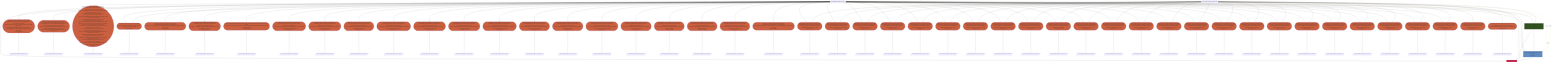
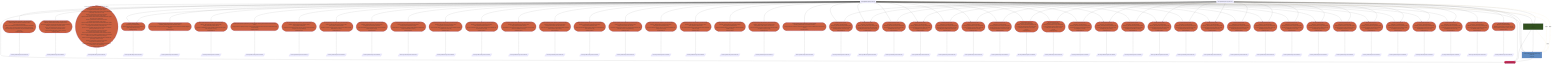
graph TD
  KaScriptModule_97{{"KaScriptModule(build.gradle.kts)"}}
  KaSourceModule_99["KaSourceModule(GradleKotlinFixture)<br />production<br />JVM (1.8)"]
  KaLibraryModule_96(["KaLibraryModule(SDK)"])
  KaSourceModule_100["KaSourceModule(GradleKotlinFixture)<br />test<br />JVM (1.8)"]
-   KaLibraryModule_65(["KaLibraryModule(KotlinScriptLibraryEntityId(classes=[jar://GRADLE_REPOSITORY/caches/modules-2/files-2.1/org.jetbrains.kotlin/kotlin-stdlib/2.0.20/7388d355f7cceb002cd387ccb7ab3850e4e0a07f/kotlin-stdlib-2.0.20.jar!/, jar://GRADLE_REPOSITORY/wrapper/dists/gradle-8.11-bin/c4te04g51qsyw1bxcb929u7br/gradle-8.11/lib/kotlin-stdlib-2.0.20.jar!/]))<br />scriptDependency"])
+   KaLibraryModule_65(["KaLibraryModule(Gradle (PROJECT_PLACEHOLDER): GRADLE_REPOSITORY/caches/modules-2/files-2.1/org.jetbrains.kotlin/kotlin-stdlib/2.0.20/7388d355f7cceb002cd387ccb7ab3850e4e0a07f/kotlin-stdlib-2.0.20.jar, GRADLE_REPOSITORY/wrapper/dists/gradle-8.11-bin/c4te04g51qsyw1bxcb929u7br/gradle-8.11/lib/kotlin-stdlib-2.0.20.jar)<br />scriptDependency"])
  KaLibraryFallbackDependenciesModule_65[/"KaLibraryFallbackDependenciesModule"/]
-   KaLibraryModule_48(["KaLibraryModule(KotlinScriptLibraryEntityId(classes=[file://GRADLE_REPOSITORY/caches/8.11/dependencies-accessors/932b97c9e0ae61a950d0c442ab66fbe219f5f218/classes, file://GRADLE_REPOSITORY/caches/8.11/kotlin-dsl/accessors/052557a5633b3a9672d727e86d582b37-PS/classes, file://GRADLE_REPOSITORY/caches/8.11/kotlin-dsl/accessors/10df8f053fd4cd232d18c89c668baf4e/classes]))<br />scriptDependency"])
+   KaLibraryModule_48(["KaLibraryModule(Gradle (PROJECT_PLACEHOLDER): GRADLE_REPOSITORY/caches/8.11/dependencies-accessors/932b97c9e0ae61a950d0c442ab66fbe219f5f218/classes, GRADLE_REPOSITORY/caches/8.11/kotlin-dsl/accessors/ACCESSORS_HASH_1/classes, GRADLE_REPOSITORY/caches/8.11/kotlin-dsl/accessors/ACCESSORS_HASH_2/classes)<br />scriptDependency"])
  KaLibraryFallbackDependenciesModule_48[/"KaLibraryFallbackDependenciesModule"/]
-   KaLibraryModule_61(["KaLibraryModule(KotlinScriptLibraryEntityId(classes=[jar://GRADLE_REPOSITORY/caches/modules-2/files-2.1/org.jetbrains.kotlin/kotlin-gradle-plugin-annotations/2.0.20/a68df0dc58b9bf664e96de49d673f30f24148224/kotlin-gradle-plugin-annotations-2.0.20.jar!/, jar://GRADLE_REPOSITORY/caches/modules-2/files-2.1/org.jetbrains.kotlin/kotlin-gradle-plugin-api/2.0.20/d2bb3020f72504d0455fcb9cef3af4bdf6564de5/kotlin-gradle-plugin-api-2.0.20-gradle85.jar!/, jar://GRADLE_REPOSITORY/caches/modules-2/files-2.1/org.jetbrains.kotlin/kotlin-gradle-plugin-api/2.0.20/d2bb3020f72504d0455fcb9cef3af4bdf6564de5/kotlin-gradle-plugin-api-2.0.20.jar!/, jar://GRADLE_REPOSITORY/caches/modules-2/files-2.1/org.jetbrains.kotlin/kotlin-gradle-plugin-idea-proto/2.0.20/71e7e908bab748c5b035e551c8efd19a5215c0ca/kotlin-gradle-plugin-idea-proto-2.0.20.jar!/, jar://GRADLE_REPOSITORY/caches/modules-2/files-2.1/org.jetbrains.kotlin/kotlin-gradle-plugin-idea/2.0.20/dc54973fe68b0bb9b816bd04ef39648ca29526a6/kotlin-gradle-plugin-idea-2.0.20.jar!/, jar://GRADLE_REPOSITORY/caches/modules-2/files-2.1/org.jetbrains.kotlin/kotlin-gradle-plugin-model/2.0.20/a23be6a5119ded89279f2bf9a095cddec6145614/kotlin-gradle-plugin-model-2.0.20.jar!/, jar://GRADLE_REPOSITORY/caches/modules-2/files-2.1/org.jetbrains.kotlin/kotlin-gradle-plugin/2.0.20/5ca90c0173fffe0f4e9b73aca425fd99213cc43a/kotlin-gradle-plugin-2.0.20-gradle85.jar!/]))<br />scriptDependency"])
+   KaLibraryModule_61(["KaLibraryModule(Gradle (PROJECT_PLACEHOLDER): GRADLE_REPOSITORY/caches/modules-2/files-2.1/org.jetbrains.kotlin/kotlin-gradle-plugin-annotations/2.0.20/a68df0dc58b9bf664e96de49d673f30f24148224/kotlin-gradle-plugin-annotations-2.0.20.jar, GRADLE_REPOSITORY/caches/modules-2/files-2.1/org.jetbrains.kotlin/kotlin-gradle-plugin-api/2.0.20/d2bb3020f72504d0455fcb9cef3af4bdf6564de5/kotlin-gradle-plugin-api-2.0.20-gradle85.jar, GRADLE_REPOSITORY/caches/modules-2/files-2.1/org.jetbrains.kotlin/kotlin-gradle-plugin-api/2.0.20/d2bb3020f72504d0455fcb9cef3af4bdf6564de5/kotlin-gradle-plugin-api-2.0.20.jar, GRADLE_REPOSITORY/caches/modules-2/files-2.1/org.jetbrains.kotlin/kotlin-gradle-plugin-idea-proto/2.0.20/71e7e908bab748c5b035e551c8efd19a5215c0ca/kotlin-gradle-plugin-idea-proto-2.0.20.jar, GRADLE_REPOSITORY/caches/modules-2/files-2.1/org.jetbrains.kotlin/kotlin-gradle-plugin-idea/2.0.20/dc54973fe68b0bb9b816bd04ef39648ca29526a6/kotlin-gradle-plugin-idea-2.0.20.jar, GRADLE_REPOSITORY/caches/modules-2/files-2.1/org.jetbrains.kotlin/kotlin-gradle-plugin-model/2.0.20/a23be6a5119ded89279f2bf9a095cddec6145614/kotlin-gradle-plugin-model-2.0.20.jar, GRADLE_REPOSITORY/caches/modules-2/files-2.1/org.jetbrains.kotlin/kotlin-gradle-plugin/2.0.20/5ca90c0173fffe0f4e9b73aca425fd99213cc43a/kotlin-gradle-plugin-2.0.20-gradle85.jar)<br />scriptDependency"])
  KaLibraryFallbackDependenciesModule_61[/"KaLibraryFallbackDependenciesModule"/]
-   KaLibraryModule_50(["KaLibraryModule(KotlinScriptLibraryEntityId(classes=[jar://GRADLE_REPOSITORY/caches/8.11/generated-gradle-jars/gradle-api-8.11.jar!/]))<br />scriptDependency"])
-   KaLibraryFallbackDependenciesModule_50[/"KaLibraryFallbackDependenciesModule"/]
-   KaLibraryModule_51(["KaLibraryModule(KotlinScriptLibraryEntityId(classes=[jar://GRADLE_REPOSITORY/caches/modules-2/files-2.1/com.google.code.gson/gson/2.8.9/8a432c1d6825781e21a02db2e2c33c5fde2833b9/gson-2.8.9.jar!/]))<br />scriptDependency"])
+   KaLibraryModule_49(["KaLibraryModule(Gradle (PROJECT_PLACEHOLDER): GRADLE_REPOSITORY/caches/8.11/generated-gradle-jars/gradle-api-8.11.jar)<br />scriptDependency"])
+   KaLibraryFallbackDependenciesModule_49[/"KaLibraryFallbackDependenciesModule"/]
+   KaLibraryModule_51(["KaLibraryModule(Gradle (PROJECT_PLACEHOLDER): GRADLE_REPOSITORY/caches/modules-2/files-2.1/com.google.code.gson/gson/2.8.9/8a432c1d6825781e21a02db2e2c33c5fde2833b9/gson-2.8.9.jar)<br />scriptDependency"])
  KaLibraryFallbackDependenciesModule_51[/"KaLibraryFallbackDependenciesModule"/]
-   KaLibraryModule_52(["KaLibraryModule(KotlinScriptLibraryEntityId(classes=[jar://GRADLE_REPOSITORY/caches/modules-2/files-2.1/org.gradle.kotlin/gradle-kotlin-dsl-plugins/5.1.1/3df489c5ed7c79591eaef488ac4462a685a2c3de/gradle-kotlin-dsl-plugins-5.1.1.jar!/]))<br />scriptDependency"])
+   KaLibraryModule_52(["KaLibraryModule(Gradle (PROJECT_PLACEHOLDER): GRADLE_REPOSITORY/caches/modules-2/files-2.1/org.gradle.kotlin/gradle-kotlin-dsl-plugins/5.1.1/3df489c5ed7c79591eaef488ac4462a685a2c3de/gradle-kotlin-dsl-plugins-5.1.1.jar)<br />scriptDependency"])
  KaLibraryFallbackDependenciesModule_52[/"KaLibraryFallbackDependenciesModule"/]
-   KaLibraryModule_53(["KaLibraryModule(KotlinScriptLibraryEntityId(classes=[jar://GRADLE_REPOSITORY/caches/modules-2/files-2.1/org.jetbrains.intellij.deps/trove4j/1.0.20200330/3afb14d5f9ceb459d724e907a21145e8ff394f02/trove4j-1.0.20200330.jar!/]))<br />scriptDependency"])
+   KaLibraryModule_53(["KaLibraryModule(Gradle (PROJECT_PLACEHOLDER): GRADLE_REPOSITORY/caches/modules-2/files-2.1/org.jetbrains.intellij.deps/trove4j/1.0.20200330/3afb14d5f9ceb459d724e907a21145e8ff394f02/trove4j-1.0.20200330.jar)<br />scriptDependency"])
  KaLibraryFallbackDependenciesModule_53[/"KaLibraryFallbackDependenciesModule"/]
-   KaLibraryModule_54(["KaLibraryModule(KotlinScriptLibraryEntityId(classes=[jar://GRADLE_REPOSITORY/caches/modules-2/files-2.1/org.jetbrains.kotlin/kotlin-assignment/2.0.20/b4f2e732fe09103b173377194c41ef14ef698c5c/kotlin-assignment-2.0.20-gradle85.jar!/]))<br />scriptDependency"])
+   KaLibraryModule_54(["KaLibraryModule(Gradle (PROJECT_PLACEHOLDER): GRADLE_REPOSITORY/caches/modules-2/files-2.1/org.jetbrains.kotlin/kotlin-assignment/2.0.20/b4f2e732fe09103b173377194c41ef14ef698c5c/kotlin-assignment-2.0.20-gradle85.jar)<br />scriptDependency"])
  KaLibraryFallbackDependenciesModule_54[/"KaLibraryFallbackDependenciesModule"/]
-   KaLibraryModule_55(["KaLibraryModule(KotlinScriptLibraryEntityId(classes=[jar://GRADLE_REPOSITORY/caches/modules-2/files-2.1/org.jetbrains.kotlin/kotlin-build-statistics/2.0.20/fa1c73206997fe6ea912319041e105e6438accdf/kotlin-build-statistics-2.0.20.jar!/]))<br />scriptDependency"])
+   KaLibraryModule_55(["KaLibraryModule(Gradle (PROJECT_PLACEHOLDER): GRADLE_REPOSITORY/caches/modules-2/files-2.1/org.jetbrains.kotlin/kotlin-build-statistics/2.0.20/fa1c73206997fe6ea912319041e105e6438accdf/kotlin-build-statistics-2.0.20.jar)<br />scriptDependency"])
  KaLibraryFallbackDependenciesModule_55[/"KaLibraryFallbackDependenciesModule"/]
-   KaLibraryModule_56(["KaLibraryModule(KotlinScriptLibraryEntityId(classes=[jar://GRADLE_REPOSITORY/caches/modules-2/files-2.1/org.jetbrains.kotlin/kotlin-build-tools-api/2.0.20/7898f46131274ac85569ef30f965e3758e217551/kotlin-build-tools-api-2.0.20.jar!/]))<br />scriptDependency"])
+   KaLibraryModule_56(["KaLibraryModule(Gradle (PROJECT_PLACEHOLDER): GRADLE_REPOSITORY/caches/modules-2/files-2.1/org.jetbrains.kotlin/kotlin-build-tools-api/2.0.20/7898f46131274ac85569ef30f965e3758e217551/kotlin-build-tools-api-2.0.20.jar)<br />scriptDependency"])
  KaLibraryFallbackDependenciesModule_56[/"KaLibraryFallbackDependenciesModule"/]
-   KaLibraryModule_57(["KaLibraryModule(KotlinScriptLibraryEntityId(classes=[jar://GRADLE_REPOSITORY/caches/modules-2/files-2.1/org.jetbrains.kotlin/kotlin-compiler-embeddable/2.0.20/244b603e8c729f98baaf9088d90b5b9350c68af8/kotlin-compiler-embeddable-2.0.20.jar!/]))<br />scriptDependency"])
+   KaLibraryModule_57(["KaLibraryModule(Gradle (PROJECT_PLACEHOLDER): GRADLE_REPOSITORY/caches/modules-2/files-2.1/org.jetbrains.kotlin/kotlin-compiler-embeddable/2.0.20/244b603e8c729f98baaf9088d90b5b9350c68af8/kotlin-compiler-embeddable-2.0.20.jar)<br />scriptDependency"])
  KaLibraryFallbackDependenciesModule_57[/"KaLibraryFallbackDependenciesModule"/]
-   KaLibraryModule_58(["KaLibraryModule(KotlinScriptLibraryEntityId(classes=[jar://GRADLE_REPOSITORY/caches/modules-2/files-2.1/org.jetbrains.kotlin/kotlin-compiler-runner/2.0.20/b7298471a2af50b32b7c460775c23759edb5bb70/kotlin-compiler-runner-2.0.20.jar!/]))<br />scriptDependency"])
+   KaLibraryModule_58(["KaLibraryModule(Gradle (PROJECT_PLACEHOLDER): GRADLE_REPOSITORY/caches/modules-2/files-2.1/org.jetbrains.kotlin/kotlin-compiler-runner/2.0.20/b7298471a2af50b32b7c460775c23759edb5bb70/kotlin-compiler-runner-2.0.20.jar)<br />scriptDependency"])
  KaLibraryFallbackDependenciesModule_58[/"KaLibraryFallbackDependenciesModule"/]
-   KaLibraryModule_59(["KaLibraryModule(KotlinScriptLibraryEntityId(classes=[jar://GRADLE_REPOSITORY/caches/modules-2/files-2.1/org.jetbrains.kotlin/kotlin-daemon-client/2.0.20/910b2107f6a7cc02366687b6e835ae0beaadb59b/kotlin-daemon-client-2.0.20.jar!/]))<br />scriptDependency"])
+   KaLibraryModule_59(["KaLibraryModule(Gradle (PROJECT_PLACEHOLDER): GRADLE_REPOSITORY/caches/modules-2/files-2.1/org.jetbrains.kotlin/kotlin-daemon-client/2.0.20/910b2107f6a7cc02366687b6e835ae0beaadb59b/kotlin-daemon-client-2.0.20.jar)<br />scriptDependency"])
  KaLibraryFallbackDependenciesModule_59[/"KaLibraryFallbackDependenciesModule"/]
-   KaLibraryModule_60(["KaLibraryModule(KotlinScriptLibraryEntityId(classes=[jar://GRADLE_REPOSITORY/caches/modules-2/files-2.1/org.jetbrains.kotlin/kotlin-daemon-embeddable/2.0.20/9eb02dce62f058efe6a121cf00cf5da9779e2746/kotlin-daemon-embeddable-2.0.20.jar!/]))<br />scriptDependency"])
+   KaLibraryModule_60(["KaLibraryModule(Gradle (PROJECT_PLACEHOLDER): GRADLE_REPOSITORY/caches/modules-2/files-2.1/org.jetbrains.kotlin/kotlin-daemon-embeddable/2.0.20/9eb02dce62f058efe6a121cf00cf5da9779e2746/kotlin-daemon-embeddable-2.0.20.jar)<br />scriptDependency"])
  KaLibraryFallbackDependenciesModule_60[/"KaLibraryFallbackDependenciesModule"/]
-   KaLibraryModule_62(["KaLibraryModule(KotlinScriptLibraryEntityId(classes=[jar://GRADLE_REPOSITORY/caches/modules-2/files-2.1/org.jetbrains.kotlin/kotlin-klib-commonizer-api/2.0.20/c3f877ed653b2d5afc74e9ed8b44bee8856807b1/kotlin-klib-commonizer-api-2.0.20.jar!/]))<br />scriptDependency"])
+   KaLibraryModule_62(["KaLibraryModule(Gradle (PROJECT_PLACEHOLDER): GRADLE_REPOSITORY/caches/modules-2/files-2.1/org.jetbrains.kotlin/kotlin-klib-commonizer-api/2.0.20/c3f877ed653b2d5afc74e9ed8b44bee8856807b1/kotlin-klib-commonizer-api-2.0.20.jar)<br />scriptDependency"])
  KaLibraryFallbackDependenciesModule_62[/"KaLibraryFallbackDependenciesModule"/]
-   KaLibraryModule_63(["KaLibraryModule(KotlinScriptLibraryEntityId(classes=[jar://GRADLE_REPOSITORY/caches/modules-2/files-2.1/org.jetbrains.kotlin/kotlin-native-utils/2.0.20/9041e552da8fe20f7835123822f9ee273655e34b/kotlin-native-utils-2.0.20.jar!/]))<br />scriptDependency"])
+   KaLibraryModule_63(["KaLibraryModule(Gradle (PROJECT_PLACEHOLDER): GRADLE_REPOSITORY/caches/modules-2/files-2.1/org.jetbrains.kotlin/kotlin-native-utils/2.0.20/9041e552da8fe20f7835123822f9ee273655e34b/kotlin-native-utils-2.0.20.jar)<br />scriptDependency"])
  KaLibraryFallbackDependenciesModule_63[/"KaLibraryFallbackDependenciesModule"/]
-   KaLibraryModule_64(["KaLibraryModule(KotlinScriptLibraryEntityId(classes=[jar://GRADLE_REPOSITORY/caches/modules-2/files-2.1/org.jetbrains.kotlin/kotlin-sam-with-receiver/2.0.20/f53a1b6144691b0fc3c47032e8aa4695a5f59a01/kotlin-sam-with-receiver-2.0.20-gradle85.jar!/]))<br />scriptDependency"])
+   KaLibraryModule_64(["KaLibraryModule(Gradle (PROJECT_PLACEHOLDER): GRADLE_REPOSITORY/caches/modules-2/files-2.1/org.jetbrains.kotlin/kotlin-sam-with-receiver/2.0.20/f53a1b6144691b0fc3c47032e8aa4695a5f59a01/kotlin-sam-with-receiver-2.0.20-gradle85.jar)<br />scriptDependency"])
  KaLibraryFallbackDependenciesModule_64[/"KaLibraryFallbackDependenciesModule"/]
-   KaLibraryModule_66(["KaLibraryModule(KotlinScriptLibraryEntityId(classes=[jar://GRADLE_REPOSITORY/caches/modules-2/files-2.1/org.jetbrains.kotlin/kotlin-tooling-core/2.0.20/952179e9b7f114e78274ca73cea6df8fce3c8b3b/kotlin-tooling-core-2.0.20.jar!/]))<br />scriptDependency"])
+   KaLibraryModule_66(["KaLibraryModule(Gradle (PROJECT_PLACEHOLDER): GRADLE_REPOSITORY/caches/modules-2/files-2.1/org.jetbrains.kotlin/kotlin-tooling-core/2.0.20/952179e9b7f114e78274ca73cea6df8fce3c8b3b/kotlin-tooling-core-2.0.20.jar)<br />scriptDependency"])
  KaLibraryFallbackDependenciesModule_66[/"KaLibraryFallbackDependenciesModule"/]
-   KaLibraryModule_67(["KaLibraryModule(KotlinScriptLibraryEntityId(classes=[jar://GRADLE_REPOSITORY/caches/modules-2/files-2.1/org.jetbrains.kotlin/kotlin-util-io/2.0.20/b74831be580aa621e8158231fbd7904ab634ab7d/kotlin-util-io-2.0.20.jar!/]))<br />scriptDependency"])
+   KaLibraryModule_67(["KaLibraryModule(Gradle (PROJECT_PLACEHOLDER): GRADLE_REPOSITORY/caches/modules-2/files-2.1/org.jetbrains.kotlin/kotlin-util-io/2.0.20/b74831be580aa621e8158231fbd7904ab634ab7d/kotlin-util-io-2.0.20.jar)<br />scriptDependency"])
  KaLibraryFallbackDependenciesModule_67[/"KaLibraryFallbackDependenciesModule"/]
-   KaLibraryModule_68(["KaLibraryModule(KotlinScriptLibraryEntityId(classes=[jar://GRADLE_REPOSITORY/caches/modules-2/files-2.1/org.jetbrains.kotlin/kotlin-util-klib/2.0.20/8f1da03af6d8cc1230daa83fabb150891533fb50/kotlin-util-klib-2.0.20.jar!/]))<br />scriptDependency"])
+   KaLibraryModule_68(["KaLibraryModule(Gradle (PROJECT_PLACEHOLDER): GRADLE_REPOSITORY/caches/modules-2/files-2.1/org.jetbrains.kotlin/kotlin-util-klib/2.0.20/8f1da03af6d8cc1230daa83fabb150891533fb50/kotlin-util-klib-2.0.20.jar)<br />scriptDependency"])
  KaLibraryFallbackDependenciesModule_68[/"KaLibraryFallbackDependenciesModule"/]
-   KaLibraryModule_69(["KaLibraryModule(KotlinScriptLibraryEntityId(classes=[jar://GRADLE_REPOSITORY/caches/modules-2/files-2.1/org.jetbrains.kotlinx/kotlinx-coroutines-core-jvm/1.6.4/2c997cd1c0ef33f3e751d3831929aeff1390cb30/kotlinx-coroutines-core-jvm-1.6.4.jar!/]))<br />scriptDependency"])
+   KaLibraryModule_69(["KaLibraryModule(Gradle (PROJECT_PLACEHOLDER): GRADLE_REPOSITORY/caches/modules-2/files-2.1/org.jetbrains.kotlinx/kotlinx-coroutines-core-jvm/1.6.4/2c997cd1c0ef33f3e751d3831929aeff1390cb30/kotlinx-coroutines-core-jvm-1.6.4.jar)<br />scriptDependency"])
  KaLibraryFallbackDependenciesModule_69[/"KaLibraryFallbackDependenciesModule"/]
-   KaLibraryModule_70(["KaLibraryModule(KotlinScriptLibraryEntityId(classes=[jar://GRADLE_REPOSITORY/caches/modules-2/files-2.1/org.jetbrains/annotations/13.0/919f0dfe192fb4e063e7dacadee7f8bb9a2672a9/annotations-13.0.jar!/]))<br />scriptDependency"])
+   KaLibraryModule_70(["KaLibraryModule(Gradle (PROJECT_PLACEHOLDER): GRADLE_REPOSITORY/caches/modules-2/files-2.1/org.jetbrains/annotations/13.0/919f0dfe192fb4e063e7dacadee7f8bb9a2672a9/annotations-13.0.jar)<br />scriptDependency"])
  KaLibraryFallbackDependenciesModule_70[/"KaLibraryFallbackDependenciesModule"/]
-   KaLibraryModule_71(["KaLibraryModule(KotlinScriptLibraryEntityId(classes=[jar://GRADLE_REPOSITORY/wrapper/dists/gradle-8.11-bin/c4te04g51qsyw1bxcb929u7br/gradle-8.11/lib/gradle-base-services-8.11.jar!/]))<br />scriptDependency"])
+   KaLibraryModule_71(["KaLibraryModule(Gradle (PROJECT_PLACEHOLDER): GRADLE_REPOSITORY/wrapper/dists/gradle-8.11-bin/c4te04g51qsyw1bxcb929u7br/gradle-8.11/lib/gradle-base-services-8.11.jar)<br />scriptDependency"])
  KaLibraryFallbackDependenciesModule_71[/"KaLibraryFallbackDependenciesModule"/]
-   KaLibraryModule_72(["KaLibraryModule(KotlinScriptLibraryEntityId(classes=[jar://GRADLE_REPOSITORY/wrapper/dists/gradle-8.11-bin/c4te04g51qsyw1bxcb929u7br/gradle-8.11/lib/gradle-base-services-groovy-8.11.jar!/]))<br />scriptDependency"])
+   KaLibraryModule_72(["KaLibraryModule(Gradle (PROJECT_PLACEHOLDER): GRADLE_REPOSITORY/wrapper/dists/gradle-8.11-bin/c4te04g51qsyw1bxcb929u7br/gradle-8.11/lib/gradle-base-services-groovy-8.11.jar)<br />scriptDependency"])
  KaLibraryFallbackDependenciesModule_72[/"KaLibraryFallbackDependenciesModule"/]
-   KaLibraryModule_73(["KaLibraryModule(KotlinScriptLibraryEntityId(classes=[jar://GRADLE_REPOSITORY/wrapper/dists/gradle-8.11-bin/c4te04g51qsyw1bxcb929u7br/gradle-8.11/lib/gradle-core-8.11.jar!/]))<br />scriptDependency"])
+   KaLibraryModule_73(["KaLibraryModule(Gradle (PROJECT_PLACEHOLDER): GRADLE_REPOSITORY/wrapper/dists/gradle-8.11-bin/c4te04g51qsyw1bxcb929u7br/gradle-8.11/lib/gradle-core-8.11.jar)<br />scriptDependency"])
  KaLibraryFallbackDependenciesModule_73[/"KaLibraryFallbackDependenciesModule"/]
-   KaLibraryModule_74(["KaLibraryModule(KotlinScriptLibraryEntityId(classes=[jar://GRADLE_REPOSITORY/wrapper/dists/gradle-8.11-bin/c4te04g51qsyw1bxcb929u7br/gradle-8.11/lib/gradle-core-api-8.11.jar!/]))<br />scriptDependency"])
+   KaLibraryModule_74(["KaLibraryModule(Gradle (PROJECT_PLACEHOLDER): GRADLE_REPOSITORY/wrapper/dists/gradle-8.11-bin/c4te04g51qsyw1bxcb929u7br/gradle-8.11/lib/gradle-core-api-8.11.jar)<br />scriptDependency"])
  KaLibraryFallbackDependenciesModule_74[/"KaLibraryFallbackDependenciesModule"/]
-   KaLibraryModule_75(["KaLibraryModule(KotlinScriptLibraryEntityId(classes=[jar://GRADLE_REPOSITORY/wrapper/dists/gradle-8.11-bin/c4te04g51qsyw1bxcb929u7br/gradle-8.11/lib/gradle-installation-beacon-8.11.jar!/]))<br />scriptDependency"])
+   KaLibraryModule_75(["KaLibraryModule(Gradle (PROJECT_PLACEHOLDER): GRADLE_REPOSITORY/wrapper/dists/gradle-8.11-bin/c4te04g51qsyw1bxcb929u7br/gradle-8.11/lib/gradle-installation-beacon-8.11.jar)<br />scriptDependency"])
  KaLibraryFallbackDependenciesModule_75[/"KaLibraryFallbackDependenciesModule"/]
-   KaLibraryModule_76(["KaLibraryModule(KotlinScriptLibraryEntityId(classes=[jar://GRADLE_REPOSITORY/wrapper/dists/gradle-8.11-bin/c4te04g51qsyw1bxcb929u7br/gradle-8.11/lib/gradle-kotlin-dsl-8.11.jar!/]))<br />scriptDependency"])
+   KaLibraryModule_76(["KaLibraryModule(Gradle (PROJECT_PLACEHOLDER): GRADLE_REPOSITORY/wrapper/dists/gradle-8.11-bin/c4te04g51qsyw1bxcb929u7br/gradle-8.11/lib/gradle-kotlin-dsl-8.11.jar)<br />scriptDependency"])
  KaLibraryFallbackDependenciesModule_76[/"KaLibraryFallbackDependenciesModule"/]
-   KaLibraryModule_77(["KaLibraryModule(KotlinScriptLibraryEntityId(classes=[jar://GRADLE_REPOSITORY/wrapper/dists/gradle-8.11-bin/c4te04g51qsyw1bxcb929u7br/gradle-8.11/lib/gradle-kotlin-dsl-extensions-8.11.jar!/]))<br />scriptDependency"])
+   KaLibraryModule_77(["KaLibraryModule(Gradle (PROJECT_PLACEHOLDER): GRADLE_REPOSITORY/wrapper/dists/gradle-8.11-bin/c4te04g51qsyw1bxcb929u7br/gradle-8.11/lib/gradle-kotlin-dsl-extensions-8.11.jar)<br />scriptDependency"])
  KaLibraryFallbackDependenciesModule_77[/"KaLibraryFallbackDependenciesModule"/]
-   KaLibraryModule_78(["KaLibraryModule(KotlinScriptLibraryEntityId(classes=[jar://GRADLE_REPOSITORY/wrapper/dists/gradle-8.11-bin/c4te04g51qsyw1bxcb929u7br/gradle-8.11/lib/gradle-kotlin-dsl-shared-runtime-8.11.jar!/]))<br />scriptDependency"])
+   KaLibraryModule_78(["KaLibraryModule(Gradle (PROJECT_PLACEHOLDER): GRADLE_REPOSITORY/wrapper/dists/gradle-8.11-bin/c4te04g51qsyw1bxcb929u7br/gradle-8.11/lib/gradle-kotlin-dsl-shared-runtime-8.11.jar)<br />scriptDependency"])
  KaLibraryFallbackDependenciesModule_78[/"KaLibraryFallbackDependenciesModule"/]
-   KaLibraryModule_79(["KaLibraryModule(KotlinScriptLibraryEntityId(classes=[jar://GRADLE_REPOSITORY/wrapper/dists/gradle-8.11-bin/c4te04g51qsyw1bxcb929u7br/gradle-8.11/lib/gradle-kotlin-dsl-tooling-models-8.11.jar!/]))<br />scriptDependency"])
+   KaLibraryModule_79(["KaLibraryModule(Gradle (PROJECT_PLACEHOLDER): GRADLE_REPOSITORY/wrapper/dists/gradle-8.11-bin/c4te04g51qsyw1bxcb929u7br/gradle-8.11/lib/gradle-kotlin-dsl-tooling-models-8.11.jar)<br />scriptDependency"])
  KaLibraryFallbackDependenciesModule_79[/"KaLibraryFallbackDependenciesModule"/]
-   KaLibraryModule_80(["KaLibraryModule(KotlinScriptLibraryEntityId(classes=[jar://GRADLE_REPOSITORY/wrapper/dists/gradle-8.11-bin/c4te04g51qsyw1bxcb929u7br/gradle-8.11/lib/groovy-3.0.22.jar!/]))<br />scriptDependency"])
+   KaLibraryModule_80(["KaLibraryModule(Gradle (PROJECT_PLACEHOLDER): GRADLE_REPOSITORY/wrapper/dists/gradle-8.11-bin/c4te04g51qsyw1bxcb929u7br/gradle-8.11/lib/groovy-3.0.22.jar)<br />scriptDependency"])
  KaLibraryFallbackDependenciesModule_80[/"KaLibraryFallbackDependenciesModule"/]
-   KaLibraryModule_81(["KaLibraryModule(KotlinScriptLibraryEntityId(classes=[jar://GRADLE_REPOSITORY/wrapper/dists/gradle-8.11-bin/c4te04g51qsyw1bxcb929u7br/gradle-8.11/lib/groovy-ant-3.0.22.jar!/]))<br />scriptDependency"])
+   KaLibraryModule_81(["KaLibraryModule(Gradle (PROJECT_PLACEHOLDER): GRADLE_REPOSITORY/wrapper/dists/gradle-8.11-bin/c4te04g51qsyw1bxcb929u7br/gradle-8.11/lib/groovy-ant-3.0.22.jar)<br />scriptDependency"])
  KaLibraryFallbackDependenciesModule_81[/"KaLibraryFallbackDependenciesModule"/]
-   KaLibraryModule_82(["KaLibraryModule(KotlinScriptLibraryEntityId(classes=[jar://GRADLE_REPOSITORY/wrapper/dists/gradle-8.11-bin/c4te04g51qsyw1bxcb929u7br/gradle-8.11/lib/groovy-astbuilder-3.0.22.jar!/]))<br />scriptDependency"])
+   KaLibraryModule_82(["KaLibraryModule(Gradle (PROJECT_PLACEHOLDER): GRADLE_REPOSITORY/wrapper/dists/gradle-8.11-bin/c4te04g51qsyw1bxcb929u7br/gradle-8.11/lib/groovy-astbuilder-3.0.22.jar)<br />scriptDependency"])
  KaLibraryFallbackDependenciesModule_82[/"KaLibraryFallbackDependenciesModule"/]
-   KaLibraryModule_83(["KaLibraryModule(KotlinScriptLibraryEntityId(classes=[jar://GRADLE_REPOSITORY/wrapper/dists/gradle-8.11-bin/c4te04g51qsyw1bxcb929u7br/gradle-8.11/lib/groovy-console-3.0.22.jar!/]))<br />scriptDependency"])
+   KaLibraryModule_83(["KaLibraryModule(Gradle (PROJECT_PLACEHOLDER): GRADLE_REPOSITORY/wrapper/dists/gradle-8.11-bin/c4te04g51qsyw1bxcb929u7br/gradle-8.11/lib/groovy-console-3.0.22.jar)<br />scriptDependency"])
  KaLibraryFallbackDependenciesModule_83[/"KaLibraryFallbackDependenciesModule"/]
-   KaLibraryModule_84(["KaLibraryModule(KotlinScriptLibraryEntityId(classes=[jar://GRADLE_REPOSITORY/wrapper/dists/gradle-8.11-bin/c4te04g51qsyw1bxcb929u7br/gradle-8.11/lib/groovy-datetime-3.0.22.jar!/]))<br />scriptDependency"])
+   KaLibraryModule_84(["KaLibraryModule(Gradle (PROJECT_PLACEHOLDER): GRADLE_REPOSITORY/wrapper/dists/gradle-8.11-bin/c4te04g51qsyw1bxcb929u7br/gradle-8.11/lib/groovy-datetime-3.0.22.jar)<br />scriptDependency"])
  KaLibraryFallbackDependenciesModule_84[/"KaLibraryFallbackDependenciesModule"/]
-   KaLibraryModule_85(["KaLibraryModule(KotlinScriptLibraryEntityId(classes=[jar://GRADLE_REPOSITORY/wrapper/dists/gradle-8.11-bin/c4te04g51qsyw1bxcb929u7br/gradle-8.11/lib/groovy-dateutil-3.0.22.jar!/]))<br />scriptDependency"])
+   KaLibraryModule_85(["KaLibraryModule(Gradle (PROJECT_PLACEHOLDER): GRADLE_REPOSITORY/wrapper/dists/gradle-8.11-bin/c4te04g51qsyw1bxcb929u7br/gradle-8.11/lib/groovy-dateutil-3.0.22.jar)<br />scriptDependency"])
  KaLibraryFallbackDependenciesModule_85[/"KaLibraryFallbackDependenciesModule"/]
-   KaLibraryModule_86(["KaLibraryModule(KotlinScriptLibraryEntityId(classes=[jar://GRADLE_REPOSITORY/wrapper/dists/gradle-8.11-bin/c4te04g51qsyw1bxcb929u7br/gradle-8.11/lib/groovy-groovydoc-3.0.22.jar!/]))<br />scriptDependency"])
+   KaLibraryModule_86(["KaLibraryModule(Gradle (PROJECT_PLACEHOLDER): GRADLE_REPOSITORY/wrapper/dists/gradle-8.11-bin/c4te04g51qsyw1bxcb929u7br/gradle-8.11/lib/groovy-groovydoc-3.0.22.jar)<br />scriptDependency"])
  KaLibraryFallbackDependenciesModule_86[/"KaLibraryFallbackDependenciesModule"/]
-   KaLibraryModule_87(["KaLibraryModule(KotlinScriptLibraryEntityId(classes=[jar://GRADLE_REPOSITORY/wrapper/dists/gradle-8.11-bin/c4te04g51qsyw1bxcb929u7br/gradle-8.11/lib/groovy-json-3.0.22.jar!/]))<br />scriptDependency"])
+   KaLibraryModule_87(["KaLibraryModule(Gradle (PROJECT_PLACEHOLDER): GRADLE_REPOSITORY/wrapper/dists/gradle-8.11-bin/c4te04g51qsyw1bxcb929u7br/gradle-8.11/lib/groovy-json-3.0.22.jar)<br />scriptDependency"])
  KaLibraryFallbackDependenciesModule_87[/"KaLibraryFallbackDependenciesModule"/]
-   KaLibraryModule_88(["KaLibraryModule(KotlinScriptLibraryEntityId(classes=[jar://GRADLE_REPOSITORY/wrapper/dists/gradle-8.11-bin/c4te04g51qsyw1bxcb929u7br/gradle-8.11/lib/groovy-nio-3.0.22.jar!/]))<br />scriptDependency"])
+   KaLibraryModule_88(["KaLibraryModule(Gradle (PROJECT_PLACEHOLDER): GRADLE_REPOSITORY/wrapper/dists/gradle-8.11-bin/c4te04g51qsyw1bxcb929u7br/gradle-8.11/lib/groovy-nio-3.0.22.jar)<br />scriptDependency"])
  KaLibraryFallbackDependenciesModule_88[/"KaLibraryFallbackDependenciesModule"/]
-   KaLibraryModule_89(["KaLibraryModule(KotlinScriptLibraryEntityId(classes=[jar://GRADLE_REPOSITORY/wrapper/dists/gradle-8.11-bin/c4te04g51qsyw1bxcb929u7br/gradle-8.11/lib/groovy-sql-3.0.22.jar!/]))<br />scriptDependency"])
+   KaLibraryModule_89(["KaLibraryModule(Gradle (PROJECT_PLACEHOLDER): GRADLE_REPOSITORY/wrapper/dists/gradle-8.11-bin/c4te04g51qsyw1bxcb929u7br/gradle-8.11/lib/groovy-sql-3.0.22.jar)<br />scriptDependency"])
  KaLibraryFallbackDependenciesModule_89[/"KaLibraryFallbackDependenciesModule"/]
-   KaLibraryModule_90(["KaLibraryModule(KotlinScriptLibraryEntityId(classes=[jar://GRADLE_REPOSITORY/wrapper/dists/gradle-8.11-bin/c4te04g51qsyw1bxcb929u7br/gradle-8.11/lib/groovy-templates-3.0.22.jar!/]))<br />scriptDependency"])
+   KaLibraryModule_90(["KaLibraryModule(Gradle (PROJECT_PLACEHOLDER): GRADLE_REPOSITORY/wrapper/dists/gradle-8.11-bin/c4te04g51qsyw1bxcb929u7br/gradle-8.11/lib/groovy-templates-3.0.22.jar)<br />scriptDependency"])
  KaLibraryFallbackDependenciesModule_90[/"KaLibraryFallbackDependenciesModule"/]
-   KaLibraryModule_91(["KaLibraryModule(KotlinScriptLibraryEntityId(classes=[jar://GRADLE_REPOSITORY/wrapper/dists/gradle-8.11-bin/c4te04g51qsyw1bxcb929u7br/gradle-8.11/lib/groovy-test-3.0.22.jar!/]))<br />scriptDependency"])
+   KaLibraryModule_91(["KaLibraryModule(Gradle (PROJECT_PLACEHOLDER): GRADLE_REPOSITORY/wrapper/dists/gradle-8.11-bin/c4te04g51qsyw1bxcb929u7br/gradle-8.11/lib/groovy-test-3.0.22.jar)<br />scriptDependency"])
  KaLibraryFallbackDependenciesModule_91[/"KaLibraryFallbackDependenciesModule"/]
-   KaLibraryModule_92(["KaLibraryModule(KotlinScriptLibraryEntityId(classes=[jar://GRADLE_REPOSITORY/wrapper/dists/gradle-8.11-bin/c4te04g51qsyw1bxcb929u7br/gradle-8.11/lib/groovy-xml-3.0.22.jar!/]))<br />scriptDependency"])
+   KaLibraryModule_92(["KaLibraryModule(Gradle (PROJECT_PLACEHOLDER): GRADLE_REPOSITORY/wrapper/dists/gradle-8.11-bin/c4te04g51qsyw1bxcb929u7br/gradle-8.11/lib/groovy-xml-3.0.22.jar)<br />scriptDependency"])
  KaLibraryFallbackDependenciesModule_92[/"KaLibraryFallbackDependenciesModule"/]
-   KaLibraryModule_93(["KaLibraryModule(KotlinScriptLibraryEntityId(classes=[jar://GRADLE_REPOSITORY/wrapper/dists/gradle-8.11-bin/c4te04g51qsyw1bxcb929u7br/gradle-8.11/lib/javaparser-core-3.17.0.jar!/]))<br />scriptDependency"])
+   KaLibraryModule_93(["KaLibraryModule(Gradle (PROJECT_PLACEHOLDER): GRADLE_REPOSITORY/wrapper/dists/gradle-8.11-bin/c4te04g51qsyw1bxcb929u7br/gradle-8.11/lib/javaparser-core-3.17.0.jar)<br />scriptDependency"])
  KaLibraryFallbackDependenciesModule_93[/"KaLibraryFallbackDependenciesModule"/]
-   KaLibraryModule_94(["KaLibraryModule(KotlinScriptLibraryEntityId(classes=[jar://GRADLE_REPOSITORY/wrapper/dists/gradle-8.11-bin/c4te04g51qsyw1bxcb929u7br/gradle-8.11/lib/kotlin-reflect-2.0.20.jar!/]))<br />scriptDependency"])
+   KaLibraryModule_94(["KaLibraryModule(Gradle (PROJECT_PLACEHOLDER): GRADLE_REPOSITORY/wrapper/dists/gradle-8.11-bin/c4te04g51qsyw1bxcb929u7br/gradle-8.11/lib/kotlin-reflect-2.0.20.jar)<br />scriptDependency"])
  KaLibraryFallbackDependenciesModule_94[/"KaLibraryFallbackDependenciesModule"/]
  KaScriptModule_98{{"KaScriptModule(settings.gradle.kts)"}}
-   KaLibraryModule_95(["KaLibraryModule(KotlinScriptLibraryEntityId(classes=[jar://GRADLE_REPOSITORY/wrapper/dists/gradle-8.11-bin/c4te04g51qsyw1bxcb929u7br/gradle-8.11/lib/kotlin-stdlib-2.0.20.jar!/]))<br />scriptDependency"])
+   KaLibraryModule_95(["KaLibraryModule(Gradle (PROJECT_PLACEHOLDER): GRADLE_REPOSITORY/wrapper/dists/gradle-8.11-bin/c4te04g51qsyw1bxcb929u7br/gradle-8.11/lib/kotlin-stdlib-2.0.20.jar)<br />scriptDependency"])
  KaLibraryFallbackDependenciesModule_95[/"KaLibraryFallbackDependenciesModule"/]
-   KaLibraryModule_49(["KaLibraryModule(KotlinScriptLibraryEntityId(classes=[file://GRADLE_REPOSITORY/caches/8.11/kotlin-dsl/accessors/045fae15c156631da085875c7a614413/classes]))<br />scriptDependency"])
-   KaLibraryFallbackDependenciesModule_49[/"KaLibraryFallbackDependenciesModule"/]
+   KaLibraryModule_50(["KaLibraryModule(Gradle (PROJECT_PLACEHOLDER): GRADLE_REPOSITORY/caches/8.11/kotlin-dsl/accessors/ACCESSORS_HASH_3/classes)<br />scriptDependency"])
+   KaLibraryFallbackDependenciesModule_50[/"KaLibraryFallbackDependenciesModule"/]
  style KaSourceModule_99 fill:#608BC1
  style KaLibraryModule_96 fill:#CC2B52
  style KaSourceModule_100 fill:#31511E
  style KaLibraryModule_65 fill:#CB6040
  style KaLibraryModule_48 fill:#CB6040
  style KaLibraryModule_61 fill:#CB6040
-   style KaLibraryModule_50 fill:#CB6040
+   style KaLibraryModule_49 fill:#CB6040
  style KaLibraryModule_51 fill:#CB6040
  style KaLibraryModule_52 fill:#CB6040
  style KaLibraryModule_53 fill:#CB6040
  style KaLibraryModule_54 fill:#CB6040
  style KaLibraryModule_55 fill:#CB6040
  style KaLibraryModule_56 fill:#CB6040
  style KaLibraryModule_57 fill:#CB6040
  style KaLibraryModule_58 fill:#CB6040
  style KaLibraryModule_59 fill:#CB6040
  style KaLibraryModule_60 fill:#CB6040
  style KaLibraryModule_62 fill:#CB6040
  style KaLibraryModule_63 fill:#CB6040
  style KaLibraryModule_64 fill:#CB6040
  style KaLibraryModule_66 fill:#CB6040
  style KaLibraryModule_67 fill:#CB6040
  style KaLibraryModule_68 fill:#CB6040
  style KaLibraryModule_69 fill:#CB6040
  style KaLibraryModule_70 fill:#CB6040
  style KaLibraryModule_71 fill:#CB6040
  style KaLibraryModule_72 fill:#CB6040
  style KaLibraryModule_73 fill:#CB6040
  style KaLibraryModule_74 fill:#CB6040
  style KaLibraryModule_75 fill:#CB6040
  style KaLibraryModule_76 fill:#CB6040
  style KaLibraryModule_77 fill:#CB6040
  style KaLibraryModule_78 fill:#CB6040
  style KaLibraryModule_79 fill:#CB6040
  style KaLibraryModule_80 fill:#CB6040
  style KaLibraryModule_81 fill:#CB6040
  style KaLibraryModule_82 fill:#CB6040
  style KaLibraryModule_83 fill:#CB6040
  style KaLibraryModule_84 fill:#CB6040
  style KaLibraryModule_85 fill:#CB6040
  style KaLibraryModule_86 fill:#CB6040
  style KaLibraryModule_87 fill:#CB6040
  style KaLibraryModule_88 fill:#CB6040
  style KaLibraryModule_89 fill:#CB6040
  style KaLibraryModule_90 fill:#CB6040
  style KaLibraryModule_91 fill:#CB6040
  style KaLibraryModule_92 fill:#CB6040
  style KaLibraryModule_93 fill:#CB6040
  style KaLibraryModule_94 fill:#CB6040
  style KaLibraryModule_95 fill:#CB6040
-   style KaLibraryModule_49 fill:#CB6040
+   style KaLibraryModule_50 fill:#CB6040
  KaLibraryModule_48 --> KaLibraryFallbackDependenciesModule_48
  KaLibraryModule_49 --> KaLibraryFallbackDependenciesModule_49
  KaLibraryModule_50 --> KaLibraryFallbackDependenciesModule_50
  KaLibraryModule_51 --> KaLibraryFallbackDependenciesModule_51
  KaLibraryModule_52 --> KaLibraryFallbackDependenciesModule_52
  KaLibraryModule_53 --> KaLibraryFallbackDependenciesModule_53
  KaLibraryModule_54 --> KaLibraryFallbackDependenciesModule_54
  KaLibraryModule_55 --> KaLibraryFallbackDependenciesModule_55
  KaLibraryModule_56 --> KaLibraryFallbackDependenciesModule_56
  KaLibraryModule_57 --> KaLibraryFallbackDependenciesModule_57
  KaLibraryModule_58 --> KaLibraryFallbackDependenciesModule_58
  KaLibraryModule_59 --> KaLibraryFallbackDependenciesModule_59
  KaLibraryModule_60 --> KaLibraryFallbackDependenciesModule_60
  KaLibraryModule_61 --> KaLibraryFallbackDependenciesModule_61
  KaLibraryModule_62 --> KaLibraryFallbackDependenciesModule_62
  KaLibraryModule_63 --> KaLibraryFallbackDependenciesModule_63
  KaLibraryModule_64 --> KaLibraryFallbackDependenciesModule_64
  KaLibraryModule_65 --> KaLibraryFallbackDependenciesModule_65
  KaLibraryModule_66 --> KaLibraryFallbackDependenciesModule_66
  KaLibraryModule_67 --> KaLibraryFallbackDependenciesModule_67
  KaLibraryModule_68 --> KaLibraryFallbackDependenciesModule_68
  KaLibraryModule_69 --> KaLibraryFallbackDependenciesModule_69
  KaLibraryModule_70 --> KaLibraryFallbackDependenciesModule_70
  KaLibraryModule_71 --> KaLibraryFallbackDependenciesModule_71
  KaLibraryModule_72 --> KaLibraryFallbackDependenciesModule_72
  KaLibraryModule_73 --> KaLibraryFallbackDependenciesModule_73
  KaLibraryModule_74 --> KaLibraryFallbackDependenciesModule_74
  KaLibraryModule_75 --> KaLibraryFallbackDependenciesModule_75
  KaLibraryModule_76 --> KaLibraryFallbackDependenciesModule_76
  KaLibraryModule_77 --> KaLibraryFallbackDependenciesModule_77
  KaLibraryModule_78 --> KaLibraryFallbackDependenciesModule_78
  KaLibraryModule_79 --> KaLibraryFallbackDependenciesModule_79
  KaLibraryModule_80 --> KaLibraryFallbackDependenciesModule_80
  KaLibraryModule_81 --> KaLibraryFallbackDependenciesModule_81
  KaLibraryModule_82 --> KaLibraryFallbackDependenciesModule_82
  KaLibraryModule_83 --> KaLibraryFallbackDependenciesModule_83
  KaLibraryModule_84 --> KaLibraryFallbackDependenciesModule_84
  KaLibraryModule_85 --> KaLibraryFallbackDependenciesModule_85
  KaLibraryModule_86 --> KaLibraryFallbackDependenciesModule_86
  KaLibraryModule_87 --> KaLibraryFallbackDependenciesModule_87
  KaLibraryModule_88 --> KaLibraryFallbackDependenciesModule_88
  KaLibraryModule_89 --> KaLibraryFallbackDependenciesModule_89
  KaLibraryModule_90 --> KaLibraryFallbackDependenciesModule_90
  KaLibraryModule_91 --> KaLibraryFallbackDependenciesModule_91
  KaLibraryModule_92 --> KaLibraryFallbackDependenciesModule_92
  KaLibraryModule_93 --> KaLibraryFallbackDependenciesModule_93
  KaLibraryModule_94 --> KaLibraryFallbackDependenciesModule_94
  KaLibraryModule_95 --> KaLibraryFallbackDependenciesModule_95
  KaScriptModule_97 --> KaLibraryModule_48
-   KaScriptModule_97 --> KaLibraryModule_50
+   KaScriptModule_97 --> KaLibraryModule_49
  KaScriptModule_97 --> KaLibraryModule_51
  KaScriptModule_97 --> KaLibraryModule_52
  KaScriptModule_97 --> KaLibraryModule_53
  KaScriptModule_97 --> KaLibraryModule_54
  KaScriptModule_97 --> KaLibraryModule_55
  KaScriptModule_97 --> KaLibraryModule_56
  KaScriptModule_97 --> KaLibraryModule_57
  KaScriptModule_97 --> KaLibraryModule_58
  KaScriptModule_97 --> KaLibraryModule_59
  KaScriptModule_97 --> KaLibraryModule_60
  KaScriptModule_97 --> KaLibraryModule_61
  KaScriptModule_97 --> KaLibraryModule_62
  KaScriptModule_97 --> KaLibraryModule_63
  KaScriptModule_97 --> KaLibraryModule_64
  KaScriptModule_97 --> KaLibraryModule_65
  KaScriptModule_97 --> KaLibraryModule_66
  KaScriptModule_97 --> KaLibraryModule_67
  KaScriptModule_97 --> KaLibraryModule_68
  KaScriptModule_97 --> KaLibraryModule_69
  KaScriptModule_97 --> KaLibraryModule_70
  KaScriptModule_97 --> KaLibraryModule_71
  KaScriptModule_97 --> KaLibraryModule_72
  KaScriptModule_97 --> KaLibraryModule_73
  KaScriptModule_97 --> KaLibraryModule_74
  KaScriptModule_97 --> KaLibraryModule_75
  KaScriptModule_97 --> KaLibraryModule_76
  KaScriptModule_97 --> KaLibraryModule_77
  KaScriptModule_97 --> KaLibraryModule_78
  KaScriptModule_97 --> KaLibraryModule_79
  KaScriptModule_97 --> KaLibraryModule_80
  KaScriptModule_97 --> KaLibraryModule_81
  KaScriptModule_97 --> KaLibraryModule_82
  KaScriptModule_97 --> KaLibraryModule_83
  KaScriptModule_97 --> KaLibraryModule_84
  KaScriptModule_97 --> KaLibraryModule_85
  KaScriptModule_97 --> KaLibraryModule_86
  KaScriptModule_97 --> KaLibraryModule_87
  KaScriptModule_97 --> KaLibraryModule_88
  KaScriptModule_97 --> KaLibraryModule_89
  KaScriptModule_97 --> KaLibraryModule_90
  KaScriptModule_97 --> KaLibraryModule_91
  KaScriptModule_97 --> KaLibraryModule_92
  KaScriptModule_97 --> KaLibraryModule_93
  KaScriptModule_97 --> KaLibraryModule_94
  KaScriptModule_97 --> KaLibraryModule_96
  KaScriptModule_97 --> KaSourceModule_100
  KaScriptModule_97 --> KaSourceModule_99
  KaScriptModule_98 --> KaLibraryModule_49
  KaScriptModule_98 --> KaLibraryModule_50
  KaScriptModule_98 --> KaLibraryModule_71
  KaScriptModule_98 --> KaLibraryModule_72
  KaScriptModule_98 --> KaLibraryModule_73
  KaScriptModule_98 --> KaLibraryModule_74
  KaScriptModule_98 --> KaLibraryModule_75
  KaScriptModule_98 --> KaLibraryModule_76
  KaScriptModule_98 --> KaLibraryModule_77
  KaScriptModule_98 --> KaLibraryModule_78
  KaScriptModule_98 --> KaLibraryModule_79
  KaScriptModule_98 --> KaLibraryModule_80
  KaScriptModule_98 --> KaLibraryModule_81
  KaScriptModule_98 --> KaLibraryModule_82
  KaScriptModule_98 --> KaLibraryModule_83
  KaScriptModule_98 --> KaLibraryModule_84
  KaScriptModule_98 --> KaLibraryModule_85
  KaScriptModule_98 --> KaLibraryModule_86
  KaScriptModule_98 --> KaLibraryModule_87
  KaScriptModule_98 --> KaLibraryModule_88
  KaScriptModule_98 --> KaLibraryModule_89
  KaScriptModule_98 --> KaLibraryModule_90
  KaScriptModule_98 --> KaLibraryModule_91
  KaScriptModule_98 --> KaLibraryModule_92
  KaScriptModule_98 --> KaLibraryModule_93
  KaScriptModule_98 --> KaLibraryModule_94
  KaScriptModule_98 --> KaLibraryModule_95
  KaScriptModule_98 --> KaLibraryModule_96
  KaScriptModule_98 --> KaSourceModule_100
  KaScriptModule_98 --> KaSourceModule_99
  KaSourceModule_100 --> KaLibraryModule_96
  KaSourceModule_100 --> KaSourceModule_99
  KaSourceModule_99 --> KaLibraryModule_96
  KaScriptModule_97 --friend--> KaSourceModule_99
  KaScriptModule_98 --friend--> KaSourceModule_99
  KaSourceModule_100 --friend--> KaSourceModule_99
  linkStyle 0 stroke:black
  linkStyle 1 stroke:black
  linkStyle 2 stroke:black
  linkStyle 3 stroke:black
  linkStyle 4 stroke:black
  linkStyle 5 stroke:black
  linkStyle 6 stroke:black
  linkStyle 7 stroke:black
  linkStyle 8 stroke:black
  linkStyle 9 stroke:black
  linkStyle 10 stroke:black
  linkStyle 11 stroke:black
  linkStyle 12 stroke:black
  linkStyle 13 stroke:black
  linkStyle 14 stroke:black
  linkStyle 15 stroke:black
  linkStyle 16 stroke:black
  linkStyle 17 stroke:black
  linkStyle 18 stroke:black
  linkStyle 19 stroke:black
  linkStyle 20 stroke:black
  linkStyle 21 stroke:black
  linkStyle 22 stroke:black
  linkStyle 23 stroke:black
  linkStyle 24 stroke:black
  linkStyle 25 stroke:black
  linkStyle 26 stroke:black
  linkStyle 27 stroke:black
  linkStyle 28 stroke:black
  linkStyle 29 stroke:black
  linkStyle 30 stroke:black
  linkStyle 31 stroke:black
  linkStyle 32 stroke:black
  linkStyle 33 stroke:black
  linkStyle 34 stroke:black
  linkStyle 35 stroke:black
  linkStyle 36 stroke:black
  linkStyle 37 stroke:black
  linkStyle 38 stroke:black
  linkStyle 39 stroke:black
  linkStyle 40 stroke:black
  linkStyle 41 stroke:black
  linkStyle 42 stroke:black
  linkStyle 43 stroke:black
  linkStyle 44 stroke:black
  linkStyle 45 stroke:black
  linkStyle 46 stroke:black
  linkStyle 47 stroke:black
  linkStyle 48 stroke:black
  linkStyle 49 stroke:black
  linkStyle 50 stroke:black
  linkStyle 51 stroke:black
  linkStyle 52 stroke:black
  linkStyle 53 stroke:black
  linkStyle 54 stroke:black
  linkStyle 55 stroke:black
  linkStyle 56 stroke:black
  linkStyle 57 stroke:black
  linkStyle 58 stroke:black
  linkStyle 59 stroke:black
  linkStyle 60 stroke:black
  linkStyle 61 stroke:black
  linkStyle 62 stroke:black
  linkStyle 63 stroke:black
  linkStyle 64 stroke:black
  linkStyle 65 stroke:black
  linkStyle 66 stroke:black
  linkStyle 67 stroke:black
  linkStyle 68 stroke:black
  linkStyle 69 stroke:black
  linkStyle 70 stroke:black
  linkStyle 71 stroke:black
  linkStyle 72 stroke:black
  linkStyle 73 stroke:black
  linkStyle 74 stroke:black
  linkStyle 75 stroke:black
  linkStyle 76 stroke:black
  linkStyle 77 stroke:black
  linkStyle 78 stroke:black
  linkStyle 79 stroke:black
  linkStyle 80 stroke:black
  linkStyle 81 stroke:black
  linkStyle 82 stroke:black
  linkStyle 83 stroke:black
  linkStyle 84 stroke:black
  linkStyle 85 stroke:black
  linkStyle 86 stroke:black
  linkStyle 87 stroke:black
  linkStyle 88 stroke:black
  linkStyle 89 stroke:black
  linkStyle 90 stroke:black
  linkStyle 91 stroke:black
  linkStyle 92 stroke:black
  linkStyle 93 stroke:black
  linkStyle 94 stroke:black
  linkStyle 95 stroke:black
  linkStyle 96 stroke:black
  linkStyle 97 stroke:black
  linkStyle 98 stroke:black
  linkStyle 99 stroke:black
  linkStyle 100 stroke:black
  linkStyle 101 stroke:black
  linkStyle 102 stroke:black
  linkStyle 103 stroke:black
  linkStyle 104 stroke:black
  linkStyle 105 stroke:black
  linkStyle 106 stroke:black
  linkStyle 107 stroke:black
  linkStyle 108 stroke:black
  linkStyle 109 stroke:black
  linkStyle 110 stroke:black
  linkStyle 111 stroke:black
  linkStyle 112 stroke:black
  linkStyle 113 stroke:black
  linkStyle 114 stroke:black
  linkStyle 115 stroke:black
  linkStyle 116 stroke:black
  linkStyle 117 stroke:black
  linkStyle 118 stroke:black
  linkStyle 119 stroke:black
  linkStyle 120 stroke:black
  linkStyle 121 stroke:black
  linkStyle 122 stroke:black
  linkStyle 123 stroke:black
  linkStyle 124 stroke:black
  linkStyle 125 stroke:black
  linkStyle 126 stroke:black
  linkStyle 127 stroke:black
  linkStyle 128 stroke:black
  linkStyle 129 stroke:black
  linkStyle 130 stroke:#E6C767
  linkStyle 131 stroke:#E6C767
  linkStyle 132 stroke:#E6C767
